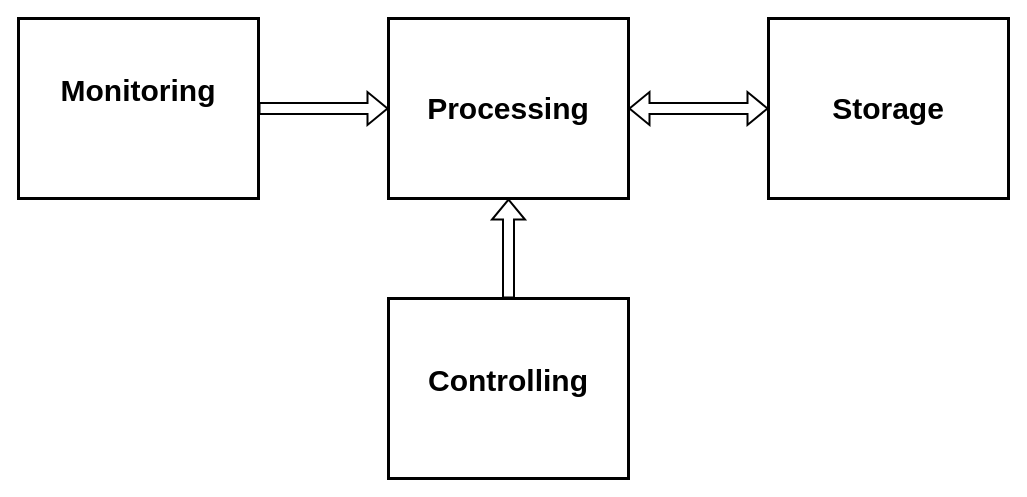
This is Untitled Diagram.drawio from rocksongabriel/iot-based-smart-home-automation, a draw.io file, before an edit. Source tidied: cells renumbered, new cells numbered last; positions are measured from the earlier drawing's top-left corner, leaving out a move shared by most shapes. Both pictures are drawn from the tidied source at 100%, with x=0, y=0 at pixel (18, 18).
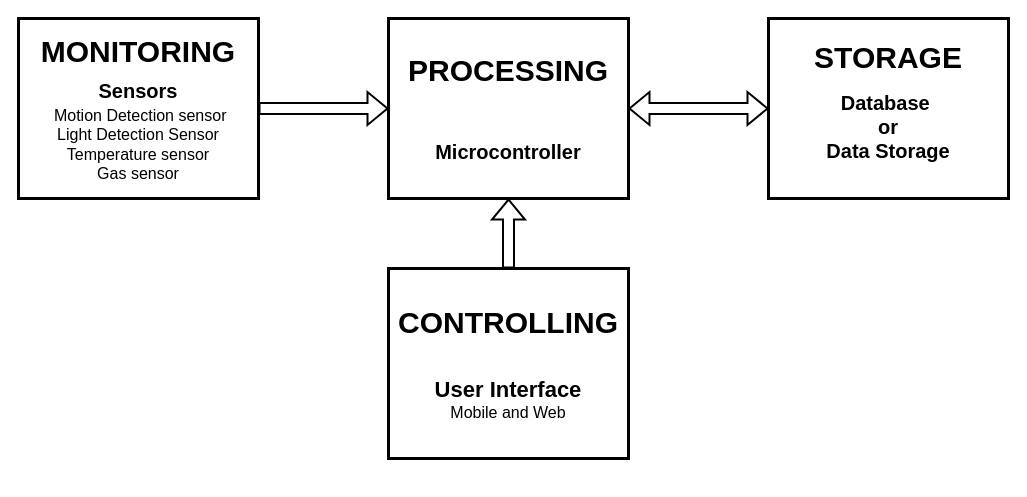
The same diagram, later.

Diff of the diagram source:
```diff
@@
 <mxGraphModel>
   <root>
     <mxCell id="0" />
     <mxCell id="1" parent="0" />
-    <mxCell id="2" value="&lt;div style=&quot;font-size: 30px;&quot;&gt;&lt;b&gt;&lt;font style=&quot;font-size: 30px;&quot;&gt;Monitoring&lt;/font&gt;&lt;/b&gt;&lt;/div&gt;&lt;div style=&quot;font-size: 30px;&quot;&gt;&lt;b style=&quot;font-size: 20px;&quot;&gt;&lt;font style=&quot;font-size: 20px;&quot;&gt;&lt;br&gt;&lt;/font&gt;&lt;/b&gt;&lt;/div&gt;" style="rounded=0;whiteSpace=wrap;html=1;strokeWidth=3;" parent="1" vertex="1">
+    <mxCell id="2" value="&lt;div style=&quot;font-size: 30px;&quot;&gt;&lt;b&gt;&lt;font style=&quot;font-size: 30px;&quot;&gt;MONITORING &lt;font style=&quot;font-size: 20px;&quot;&gt;Sensors&lt;/font&gt;&lt;br&gt;&lt;/font&gt;&lt;/b&gt;&lt;/div&gt;&lt;div style=&quot;font-size: 16px;&quot;&gt;&lt;font style=&quot;font-size: 16px;&quot;&gt;&amp;nbsp;Motion Detection sensor&lt;/font&gt;&lt;/div&gt;&lt;div style=&quot;font-size: 16px;&quot;&gt;&lt;font style=&quot;font-size: 16px;&quot;&gt;Light Detection Sensor&lt;/font&gt;&lt;/div&gt;&lt;div style=&quot;font-size: 16px;&quot;&gt;&lt;font style=&quot;font-size: 16px;&quot;&gt;Temperature sensor&lt;/font&gt;&lt;/div&gt;&lt;div style=&quot;font-size: 16px;&quot;&gt;&lt;font style=&quot;font-size: 16px;&quot;&gt;Gas sensor&lt;/font&gt;&lt;br&gt;&lt;/div&gt;" style="rounded=0;whiteSpace=wrap;html=1;strokeWidth=3;" parent="1" vertex="1">
       <mxGeometry width="240" height="180" as="geometry" />
     </mxCell>
-    <mxCell id="3" value="&lt;div style=&quot;font-size: 30px;&quot;&gt;&lt;b&gt;Storage&lt;/b&gt;&lt;/div&gt;" style="rounded=0;whiteSpace=wrap;html=1;strokeWidth=3;" parent="1" vertex="1">
+    <mxCell id="3" value="&lt;div style=&quot;font-size: 30px;&quot;&gt;&lt;b&gt;STORAGE&lt;/b&gt;&lt;/div&gt;&lt;div&gt;&lt;br&gt;&lt;/div&gt;&lt;div&gt;&lt;font size=&quot;1&quot;&gt;&lt;b style=&quot;font-size: 20px;&quot;&gt;Database&amp;nbsp; &lt;br&gt;&lt;/b&gt;&lt;/font&gt;&lt;/div&gt;&lt;div&gt;&lt;font size=&quot;1&quot;&gt;&lt;b style=&quot;font-size: 20px;&quot;&gt;or &lt;br&gt;&lt;/b&gt;&lt;/font&gt;&lt;/div&gt;&lt;div&gt;&lt;font size=&quot;1&quot;&gt;&lt;b style=&quot;font-size: 20px;&quot;&gt;Data Storage&lt;br&gt;&lt;/b&gt;&lt;/font&gt;&lt;/div&gt;&lt;div&gt;&lt;br&gt;&lt;/div&gt;" style="rounded=0;whiteSpace=wrap;html=1;strokeWidth=3;" parent="1" vertex="1">
       <mxGeometry x="750" width="240" height="180" as="geometry" />
     </mxCell>
-    <mxCell id="4" value="&lt;font size=&quot;1&quot;&gt;&lt;b&gt;&lt;font style=&quot;font-size: 30px;&quot;&gt;Processing&lt;/font&gt;&lt;/b&gt;&lt;/font&gt;" style="rounded=0;whiteSpace=wrap;html=1;strokeWidth=3;" parent="1" vertex="1">
+    <mxCell id="4" value="&lt;div&gt;&lt;font size=&quot;1&quot;&gt;&lt;b&gt;&lt;font style=&quot;font-size: 30px;&quot;&gt;PROCESSING&lt;/font&gt;&lt;/b&gt;&lt;/font&gt;&lt;/div&gt;&lt;div&gt;&lt;font size=&quot;1&quot;&gt;&lt;b&gt;&lt;font style=&quot;font-size: 30px;&quot;&gt;&lt;br&gt;&lt;/font&gt;&lt;/b&gt;&lt;/font&gt;&lt;/div&gt;&lt;div&gt;&lt;font size=&quot;1&quot;&gt;&lt;br&gt;&lt;/font&gt;&lt;/div&gt;&lt;div style=&quot;font-size: 20px;&quot;&gt;&lt;font style=&quot;font-size: 20px;&quot;&gt;&lt;b&gt;Microcontroller&lt;/b&gt;&lt;br&gt;&lt;/font&gt;&lt;/div&gt;" style="rounded=0;whiteSpace=wrap;html=1;strokeWidth=3;" parent="1" vertex="1">
       <mxGeometry x="370" width="240" height="180" as="geometry" />
     </mxCell>
-    <mxCell id="5" value="&lt;div style=&quot;font-size: 30px;&quot;&gt;&lt;b&gt;Controlling&lt;/b&gt;&lt;/div&gt;&lt;div&gt;&lt;br&gt;&lt;/div&gt;" style="rounded=0;whiteSpace=wrap;html=1;strokeWidth=3;" parent="1" vertex="1">
-      <mxGeometry x="370" y="280" width="240" height="180" as="geometry" />
+    <mxCell id="5" value="&lt;div style=&quot;font-size: 30px;&quot;&gt;&lt;b&gt;CONTROLLING&lt;/b&gt;&lt;/div&gt;&lt;div style=&quot;font-size: 30px;&quot;&gt;&lt;b&gt;&lt;br&gt;&lt;/b&gt;&lt;/div&gt;&lt;div style=&quot;font-size: 16px;&quot;&gt;&lt;font size=&quot;1&quot;&gt;&lt;b style=&quot;font-size: 22px;&quot;&gt;User Interface&lt;/b&gt;&lt;/font&gt;&lt;br&gt;&lt;/div&gt;&lt;div style=&quot;font-size: 16px;&quot;&gt;Mobile and Web&lt;br&gt;&lt;/div&gt;" style="rounded=0;whiteSpace=wrap;html=1;strokeWidth=3;" parent="1" vertex="1">
+      <mxGeometry x="370" y="250" width="240" height="190" as="geometry" />
     </mxCell>
     <mxCell id="6" style="shape=flexArrow;endArrow=classic;html=1;rounded=0;strokeWidth=2;curved=1;exitX=1;exitY=0.5;exitDx=0;exitDy=0;entryX=0;entryY=0.5;entryDx=0;entryDy=0;" parent="1" edge="1" source="2" target="4">
       <mxGeometry relative="1" as="geometry" />
     </mxCell>
     <mxCell id="7" style="shape=flexArrow;endArrow=classic;startArrow=classic;html=1;rounded=0;strokeWidth=2;curved=1;exitX=1;exitY=0.5;exitDx=0;exitDy=0;entryX=0;entryY=0.5;entryDx=0;entryDy=0;" parent="1" edge="1" source="4" target="3">
       <mxGeometry relative="1" as="geometry" />
     </mxCell>
     <mxCell id="8" style="shape=flexArrow;endArrow=classic;html=1;rounded=0;strokeWidth=2;curved=1;entryX=0.5;entryY=1;entryDx=0;entryDy=0;exitX=0.5;exitY=0;exitDx=0;exitDy=0;" parent="1" edge="1" source="5" target="4">
       <mxGeometry relative="1" as="geometry" />
     </mxCell>
   </root>
 </mxGraphModel>
```
